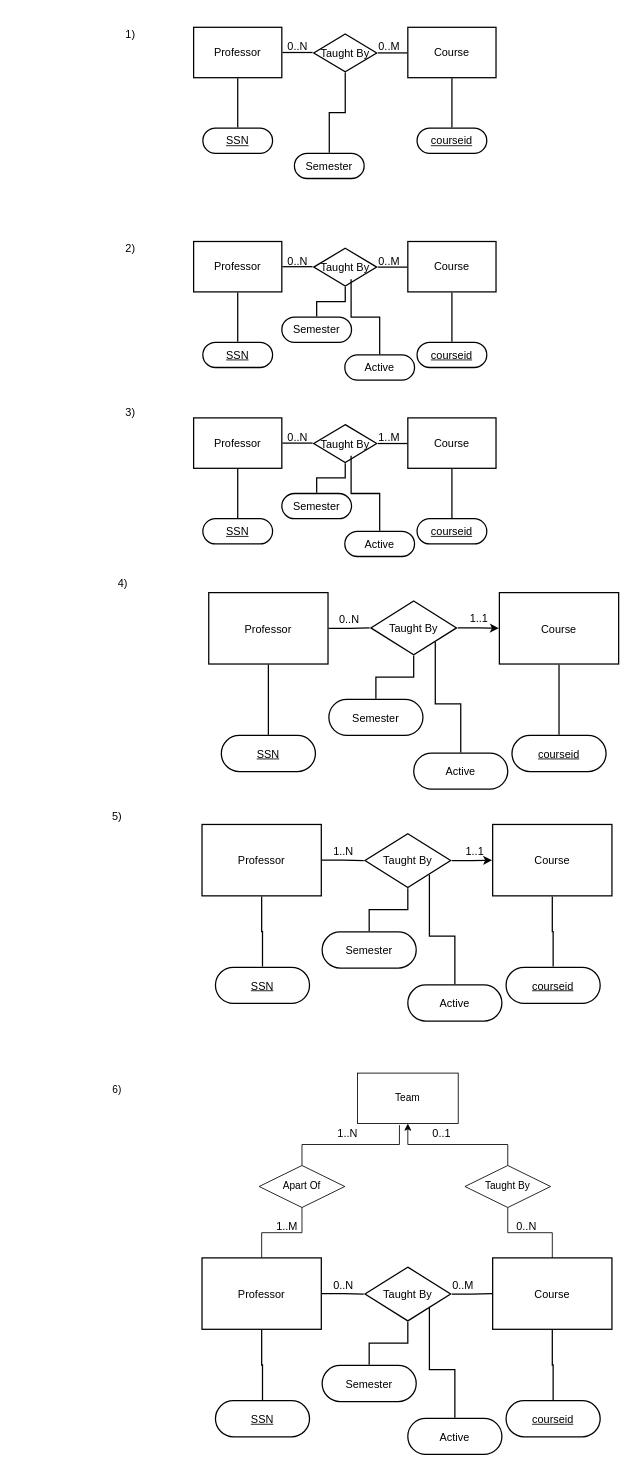
charanb2000/dbHW2 keeps this draw.io diagram as page "Problem2" (2 of 3) of DBHW2.drawio. Above is the earlier version. Source tidied: cells renumbered, new cells numbered last; positions are measured from the earlier drawing's top-left corner, leaving out a move shared by most shapes. Both pictures are drawn from the tidied source at 84%, with x=0, y=0 at pixel (14, 14).
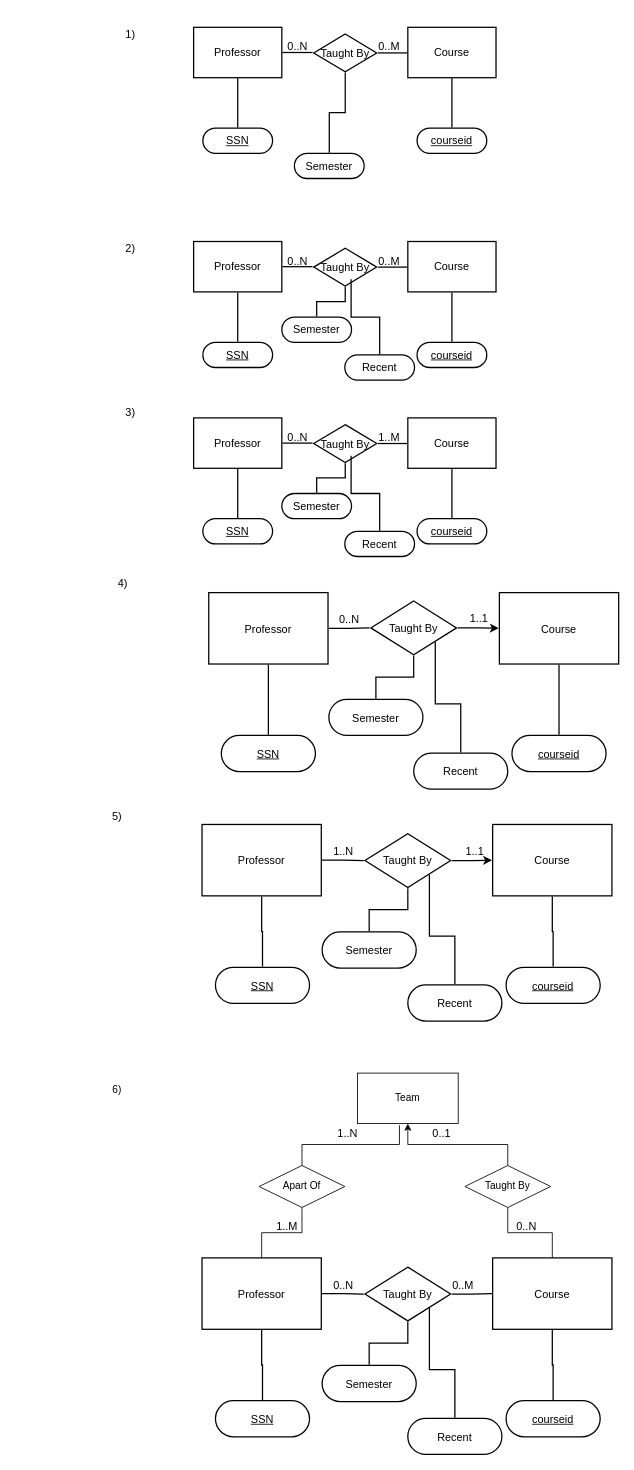
The same page after the edit.

What changed in the source:
```diff
@@
-    <mxCell id="30" value="Active" style="html=1;overflow=block;blockSpacing=1;whiteSpace=wrap;rounded=1;arcSize=50;whiteSpace=wrap;fontSize=13;fontColor=#000000;spacing=3.8;strokeOpacity=100;strokeWidth=1.5;" parent="1" vertex="1">
+    <mxCell id="30" value="Recent" style="html=1;overflow=block;blockSpacing=1;whiteSpace=wrap;rounded=1;arcSize=50;whiteSpace=wrap;fontSize=13;fontColor=#000000;spacing=3.8;strokeOpacity=100;strokeWidth=1.5;" parent="1" vertex="1">
       <mxGeometry x="393" y="405" width="83" height="30" as="geometry" />
     </mxCell>
@@
-    <mxCell id="45" value="Active" style="html=1;overflow=block;blockSpacing=1;whiteSpace=wrap;rounded=1;arcSize=50;whiteSpace=wrap;fontSize=13;fontColor=#000000;spacing=3.8;strokeOpacity=100;strokeWidth=1.5;" parent="1" vertex="1">
+    <mxCell id="45" value="Recent" style="html=1;overflow=block;blockSpacing=1;whiteSpace=wrap;rounded=1;arcSize=50;whiteSpace=wrap;fontSize=13;fontColor=#000000;spacing=3.8;strokeOpacity=100;strokeWidth=1.5;" parent="1" vertex="1">
       <mxGeometry x="393" y="615" width="83" height="30" as="geometry" />
     </mxCell>
@@
-    <mxCell id="61" value="Active" style="html=1;overflow=block;blockSpacing=1;whiteSpace=wrap;rounded=1;arcSize=50;whiteSpace=wrap;fontSize=13;fontColor=#000000;spacing=3.8;strokeOpacity=100;strokeWidth=1.5;" parent="1" vertex="1">
+    <mxCell id="61" value="Recent" style="html=1;overflow=block;blockSpacing=1;whiteSpace=wrap;rounded=1;arcSize=50;whiteSpace=wrap;fontSize=13;fontColor=#000000;spacing=3.8;strokeOpacity=100;strokeWidth=1.5;" parent="1" vertex="1">
       <mxGeometry x="475" y="879" width="112" height="43" as="geometry" />
     </mxCell>
@@
-    <mxCell id="77" value="Active" style="html=1;overflow=block;blockSpacing=1;whiteSpace=wrap;rounded=1;arcSize=50;whiteSpace=wrap;fontSize=13;fontColor=#000000;spacing=3.8;strokeOpacity=100;strokeWidth=1.5;" parent="1" vertex="1">
+    <mxCell id="77" value="Recent" style="html=1;overflow=block;blockSpacing=1;whiteSpace=wrap;rounded=1;arcSize=50;whiteSpace=wrap;fontSize=13;fontColor=#000000;spacing=3.8;strokeOpacity=100;strokeWidth=1.5;" parent="1" vertex="1">
       <mxGeometry x="468" y="1155" width="112" height="43" as="geometry" />
     </mxCell>
@@
-    <mxCell id="95" value="Active" style="html=1;overflow=block;blockSpacing=1;whiteSpace=wrap;rounded=1;arcSize=50;whiteSpace=wrap;fontSize=13;fontColor=#000000;spacing=3.8;strokeOpacity=100;strokeWidth=1.5;" parent="1" vertex="1">
+    <mxCell id="95" value="Recent" style="html=1;overflow=block;blockSpacing=1;whiteSpace=wrap;rounded=1;arcSize=50;whiteSpace=wrap;fontSize=13;fontColor=#000000;spacing=3.8;strokeOpacity=100;strokeWidth=1.5;" parent="1" vertex="1">
       <mxGeometry x="468" y="1671" width="112" height="43" as="geometry" />
     </mxCell>
```
